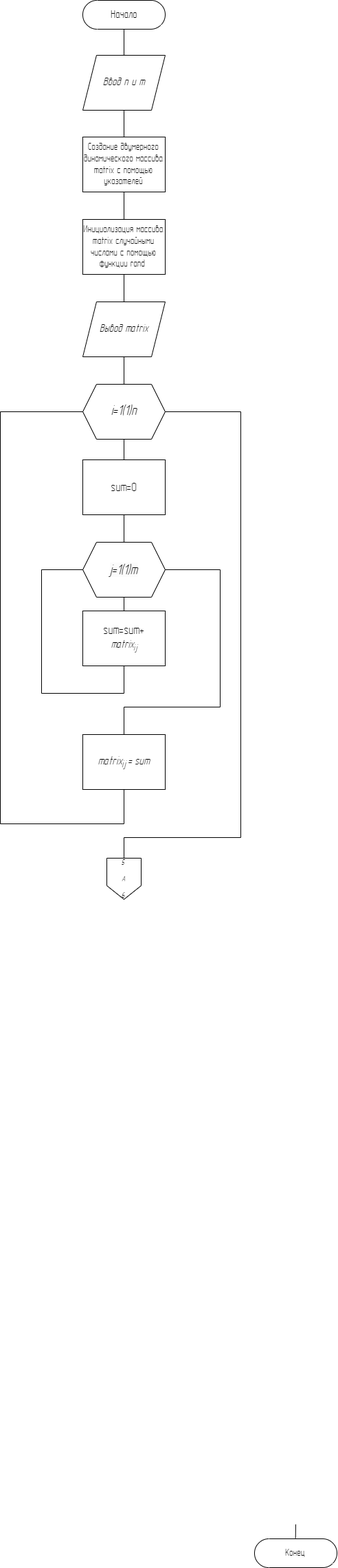
Before: LAB_VP_4_3.png, a diagram exported from draw.io (KirillBaboshko/labvp4). Source tidied: cells renumbered, new cells last; positions are measured from the earlier drawing's top-left corner, leaving out a move shared by most shapes.
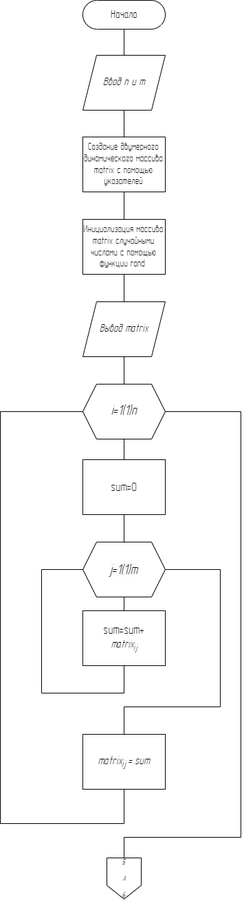
After the change.

Change to the diagram source:
```diff
@@ -2,15 +2,6 @@
   <root>
     <mxCell id="0" />
     <mxCell id="1" parent="0" />
-    <mxCell id="2" value="&lt;span style=&quot;font-size: 14px;&quot;&gt;Конец&lt;/span&gt;" style="html=1;dashed=0;whiteSpace=wrap;shape=mxgraph.dfd.start;fontFamily=GOST type A;" parent="1" vertex="1">
-      <mxGeometry x="370" y="2240" width="120" height="42" as="geometry" />
-    </mxCell>
-    <mxCell id="3" style="endArrow=none;html=1;rounded=0;exitX=0.5;exitY=0.5;exitDx=0;exitDy=-21;exitPerimeter=0;" parent="1" edge="1">
-      <mxGeometry relative="1" as="geometry">
-        <mxPoint x="429.7" y="2239" as="sourcePoint" />
-        <mxPoint x="430" y="2219" as="targetPoint" />
-      </mxGeometry>
-    </mxCell>
     <mxCell id="4" value="&lt;span style=&quot;font-size: 16px;&quot;&gt;Начало&lt;/span&gt;" style="html=1;dashed=0;whiteSpace=wrap;shape=mxgraph.dfd.start;fontFamily=GOST type A;" parent="1" vertex="1">
       <mxGeometry x="120" width="120" height="42" as="geometry" />
     </mxCell>
```
